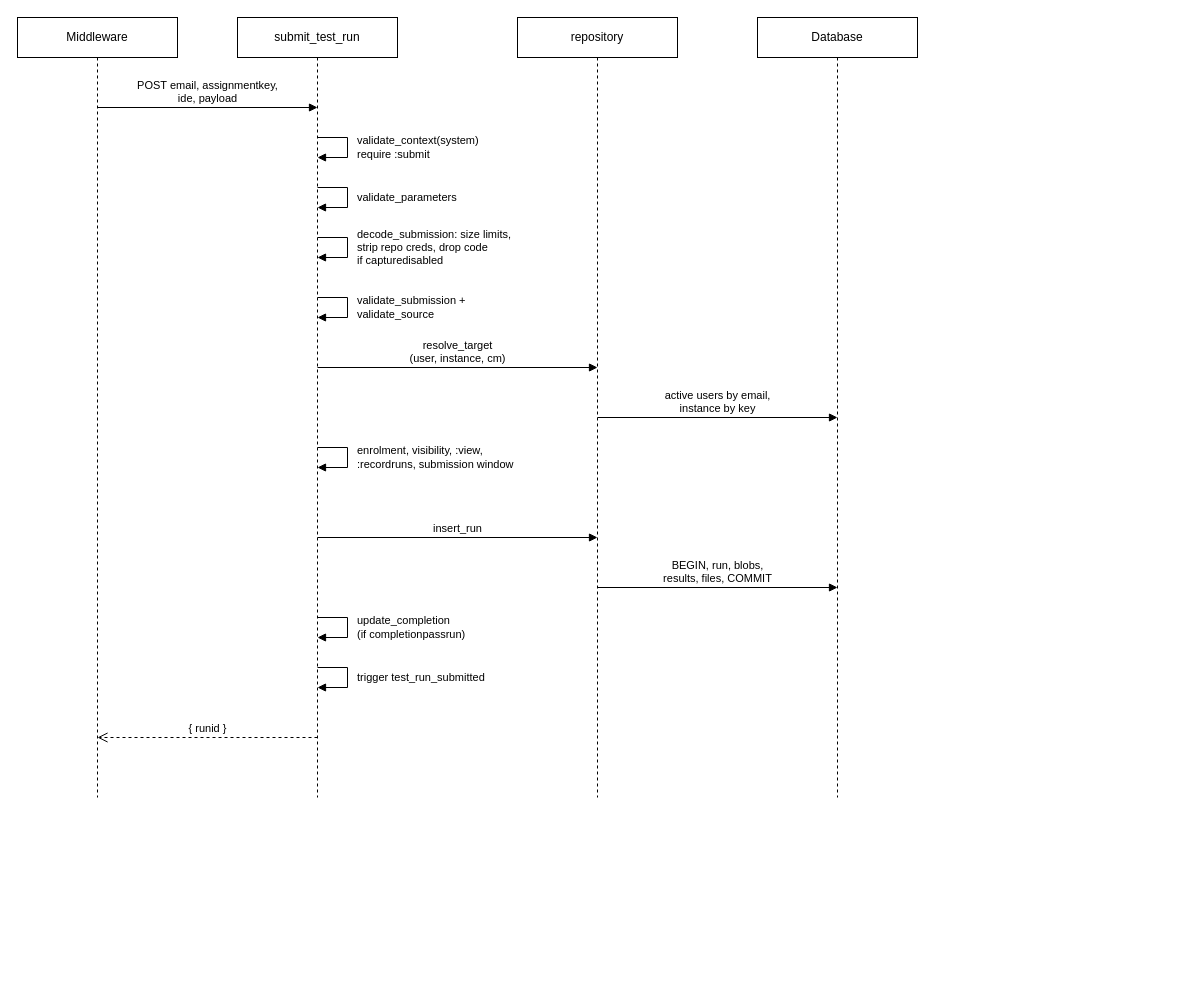
This is page "4 Submission sequence" (4 of 5) of docs/architecture.drawio from maanusroosioks/moodleplugin, a draw.io file, before an edit. Source tidied: cells renumbered, new cells numbered last; positions are measured from the earlier drawing's top-left corner, leaving out a move shared by most shapes. Both pictures are drawn from the tidied source at 100%, with x=0, y=0 at pixel (17, 17).
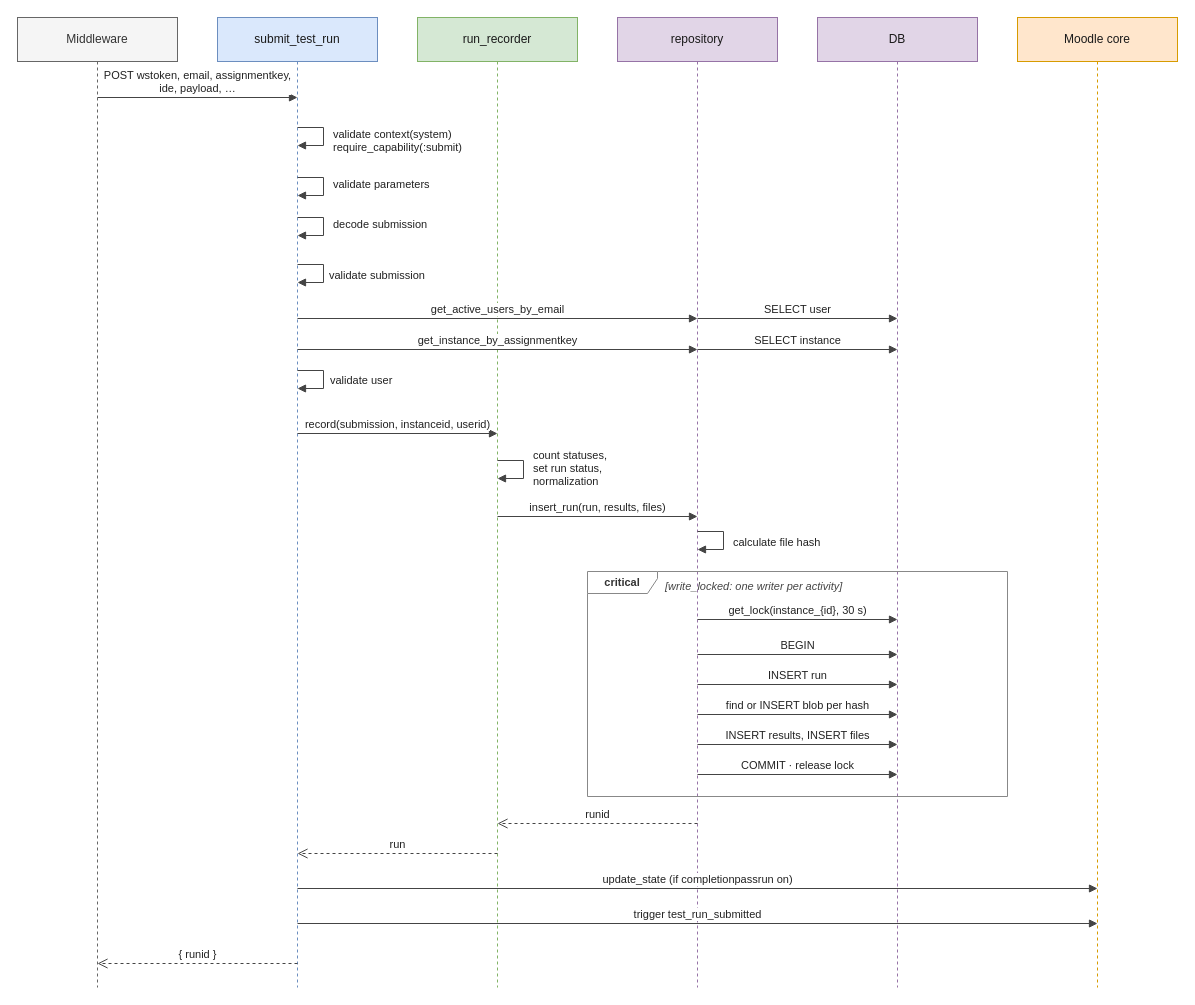
After the change.

What changed in the source:
```diff
@@
+    <mxCell id="26" value="Middleware" style="shape=umlLifeline;perimeter=lifelinePerimeter;whiteSpace=wrap;html=1;size=44;fontSize=12;strokeColor=#666666;fillColor=#f5f5f5;strokeColor=#666666;fontColor=#333333;" parent="1" vertex="1">
+      <mxGeometry width="160" height="970" as="geometry" />
+    </mxCell>
+    <mxCell id="27" value="submit_test_run" style="shape=umlLifeline;perimeter=lifelinePerimeter;whiteSpace=wrap;html=1;size=44;fontSize=12;strokeColor=#666666;fillColor=#dae8fc;strokeColor=#6c8ebf;fontColor=#1a1a1a;" parent="1" vertex="1">
+      <mxGeometry x="200" width="160" height="970" as="geometry" />
+    </mxCell>
+    <mxCell id="28" value="run_recorder" style="shape=umlLifeline;perimeter=lifelinePerimeter;whiteSpace=wrap;html=1;size=44;fontSize=12;strokeColor=#666666;fillColor=#d5e8d4;strokeColor=#82b366;fontColor=#1a1a1a;" parent="1" vertex="1">
+      <mxGeometry x="400" width="160" height="970" as="geometry" />
+    </mxCell>
+    <mxCell id="29" value="repository" style="shape=umlLifeline;perimeter=lifelinePerimeter;whiteSpace=wrap;html=1;size=44;fontSize=12;strokeColor=#666666;fillColor=#e1d5e7;strokeColor=#9673a6;fontColor=#1a1a1a;" parent="1" vertex="1">
+      <mxGeometry x="600" width="160" height="970" as="geometry" />
+    </mxCell>
+    <mxCell id="30" value="DB" style="shape=umlLifeline;perimeter=lifelinePerimeter;whiteSpace=wrap;html=1;size=44;fontSize=12;strokeColor=#666666;fillColor=#e1d5e7;strokeColor=#9673a6;fontColor=#1a1a1a;" parent="1" vertex="1">
+      <mxGeometry x="800" width="160" height="970" as="geometry" />
+    </mxCell>
+    <mxCell id="31" value="Moodle core" style="shape=umlLifeline;perimeter=lifelinePerimeter;whiteSpace=wrap;html=1;size=44;fontSize=12;strokeColor=#666666;fillColor=#ffe6cc;strokeColor=#d79b00;fontColor=#1a1a1a;" parent="1" vertex="1">
+      <mxGeometry x="1000" width="160" height="970" as="geometry" />
+    </mxCell>
-    <mxCell id="2" value="Middleware" style="shape=umlLifeline;perimeter=lifelinePerimeter;whiteSpace=wrap;html=1;size=40;" parent="1" vertex="1">
-      <mxGeometry width="160" height="780" as="geometry" />
+    <mxCell id="2" value="POST wstoken, email, assignmentkey,&lt;br&gt;ide, payload, …" style="html=1;verticalAlign=bottom;endArrow=block;endFill=1;rounded=0;fontSize=11;labelBackgroundColor=default;strokeColor=#444444;fontColor=#222222;" parent="1" edge="1">
+      <mxGeometry relative="1" as="geometry">
+        <mxPoint x="80" y="80" as="sourcePoint" />
+        <mxPoint x="280" y="80" as="targetPoint" />
+      </mxGeometry>
     </mxCell>
-    <mxCell id="3" value="submit_test_run" style="shape=umlLifeline;perimeter=lifelinePerimeter;whiteSpace=wrap;html=1;size=40;" parent="1" vertex="1">
-      <mxGeometry x="220" width="160" height="780" as="geometry" />
+    <mxCell id="3" style="html=1;verticalAlign=bottom;endArrow=block;endFill=1;rounded=0;fontSize=11;labelBackgroundColor=default;strokeColor=#444444;fontColor=#222222;" parent="1" edge="1">
+      <mxGeometry relative="1" as="geometry">
+        <mxPoint x="280" y="110" as="sourcePoint" />
+        <mxPoint x="280" y="128" as="targetPoint" />
+        <Array as="points">
+          <mxPoint x="306" y="110" />
+          <mxPoint x="306" y="128" />
+        </Array>
+      </mxGeometry>
     </mxCell>
-    <mxCell id="4" value="repository" style="shape=umlLifeline;perimeter=lifelinePerimeter;whiteSpace=wrap;html=1;size=40;" parent="1" vertex="1">
-      <mxGeometry x="500" width="160" height="780" as="geometry" />
+    <mxCell id="4" value="validate context(system)&lt;br&gt;require_capability(:submit)" style="text;html=1;align=left;verticalAlign=top;whiteSpace=wrap;fontSize=11;fontColor=#444444;verticalAlign=top;fontColor=#222222;labelBackgroundColor=default;" parent="1" vertex="1">
+      <mxGeometry x="314" y="104" width="230" height="34" as="geometry" />
     </mxCell>
-    <mxCell id="5" value="Database" style="shape=umlLifeline;perimeter=lifelinePerimeter;whiteSpace=wrap;html=1;size=40;" parent="1" vertex="1">
-      <mxGeometry x="740" width="160" height="780" as="geometry" />
+    <mxCell id="5" style="html=1;verticalAlign=bottom;endArrow=block;endFill=1;rounded=0;fontSize=11;labelBackgroundColor=default;strokeColor=#444444;fontColor=#222222;" parent="1" edge="1">
+      <mxGeometry relative="1" as="geometry">
+        <mxPoint x="280" y="160" as="sourcePoint" />
+        <mxPoint x="280" y="178" as="targetPoint" />
+        <Array as="points">
+          <mxPoint x="306" y="160" />
+          <mxPoint x="306" y="178" />
+        </Array>
+      </mxGeometry>
     </mxCell>
-    <mxCell id="6" value="POST email, assignmentkey,&lt;br&gt;ide, payload" style="html=1;verticalAlign=bottom;endArrow=block;endFill=1;rounded=0;fontSize=11;labelBackgroundColor=default;" parent="1" edge="1">
-      <mxGeometry relative="1" as="geometry">
-        <mxPoint x="80" y="90" as="sourcePoint" />
-        <mxPoint x="300" y="90" as="targetPoint" />
-      </mxGeometry>
+    <mxCell id="6" value="validate parameters" style="text;html=1;align=left;verticalAlign=top;whiteSpace=wrap;fontSize=11;fontColor=#444444;verticalAlign=top;fontColor=#222222;labelBackgroundColor=default;" parent="1" vertex="1">
+      <mxGeometry x="314" y="154" width="230" height="19" as="geometry" />
     </mxCell>
-    <mxCell id="7" style="html=1;endArrow=block;endFill=1;rounded=0;" parent="1" edge="1">
+    <mxCell id="7" style="html=1;verticalAlign=bottom;endArrow=block;endFill=1;rounded=0;fontSize=11;labelBackgroundColor=default;strokeColor=#444444;fontColor=#222222;" parent="1" edge="1">
       <mxGeometry relative="1" as="geometry">
-        <mxPoint x="300" y="120" as="sourcePoint" />
-        <mxPoint x="300" y="140" as="targetPoint" />
+        <mxPoint x="280" y="200" as="sourcePoint" />
+        <mxPoint x="280" y="218" as="targetPoint" />
         <Array as="points">
-          <mxPoint x="330" y="120" />
-          <mxPoint x="330" y="140" />
+          <mxPoint x="306" y="200" />
+          <mxPoint x="306" y="218" />
         </Array>
       </mxGeometry>
     </mxCell>
-    <mxCell id="8" value="validate_context(system)&lt;br&gt;require :submit" style="text;html=1;align=left;verticalAlign=middle;whiteSpace=wrap;fontSize=11;" parent="1" vertex="1">
-      <mxGeometry x="338" y="112" width="210" height="36" as="geometry" />
+    <mxCell id="8" value="decode submission" style="text;html=1;align=left;verticalAlign=top;whiteSpace=wrap;fontSize=11;fontColor=#444444;verticalAlign=top;fontColor=#222222;labelBackgroundColor=default;" parent="1" vertex="1">
+      <mxGeometry x="314" y="194" width="270" height="64" as="geometry" />
     </mxCell>
-    <mxCell id="9" style="html=1;endArrow=block;endFill=1;rounded=0;" parent="1" edge="1">
+    <mxCell id="9" style="html=1;verticalAlign=bottom;endArrow=block;endFill=1;rounded=0;fontSize=11;labelBackgroundColor=default;strokeColor=#444444;fontColor=#222222;" parent="1" edge="1">
       <mxGeometry relative="1" as="geometry">
-        <mxPoint x="300" y="170" as="sourcePoint" />
-        <mxPoint x="300" y="190" as="targetPoint" />
+        <mxPoint x="280" y="247" as="sourcePoint" />
+        <mxPoint x="280" y="265" as="targetPoint" />
         <Array as="points">
-          <mxPoint x="330" y="170" />
-          <mxPoint x="330" y="190" />
+          <mxPoint x="306" y="247" />
+          <mxPoint x="306" y="265" />
         </Array>
       </mxGeometry>
     </mxCell>
-    <mxCell id="10" value="validate_parameters" style="text;html=1;align=left;verticalAlign=middle;whiteSpace=wrap;fontSize=11;" parent="1" vertex="1">
-      <mxGeometry x="338" y="170" width="210" height="20" as="geometry" />
+    <mxCell id="10" value="validate submission" style="text;html=1;align=left;verticalAlign=top;whiteSpace=wrap;fontSize=11;fontColor=#444444;verticalAlign=top;fontColor=#222222;labelBackgroundColor=default;" parent="1" vertex="1">
+      <mxGeometry x="310" y="245" width="270" height="19" as="geometry" />
     </mxCell>
-    <mxCell id="11" style="html=1;endArrow=block;endFill=1;rounded=0;" parent="1" edge="1">
-      <mxGeometry relative="1" as="geometry">
-        <mxPoint x="300" y="220" as="sourcePoint" />
-        <mxPoint x="300" y="240" as="targetPoint" />
-        <Array as="points">
-          <mxPoint x="330" y="220" />
-          <mxPoint x="330" y="240" />
-        </Array>
-      </mxGeometry>
-    </mxCell>
-    <mxCell id="12" value="decode_submission: size limits,&lt;br&gt;strip repo creds, drop code&lt;br&gt;if capturedisabled" style="text;html=1;align=left;verticalAlign=middle;whiteSpace=wrap;fontSize=11;" parent="1" vertex="1">
-      <mxGeometry x="338" y="204" width="210" height="52" as="geometry" />
-    </mxCell>
-    <mxCell id="13" style="html=1;endArrow=block;endFill=1;rounded=0;" parent="1" edge="1">
+    <mxCell id="13" value="get_active_users_by_email" style="html=1;verticalAlign=bottom;endArrow=block;endFill=1;rounded=0;fontSize=11;labelBackgroundColor=default;strokeColor=#444444;fontColor=#222222;" parent="1" edge="1">
       <mxGeometry relative="1" as="geometry">
-        <mxPoint x="300" y="280" as="sourcePoint" />
-        <mxPoint x="300" y="300" as="targetPoint" />
-        <Array as="points">
-          <mxPoint x="330" y="280" />
-          <mxPoint x="330" y="300" />
-        </Array>
+        <mxPoint x="280" y="301" as="sourcePoint" />
+        <mxPoint x="680" y="301" as="targetPoint" />
       </mxGeometry>
     </mxCell>
-    <mxCell id="14" value="validate_submission +&lt;br&gt;validate_source" style="text;html=1;align=left;verticalAlign=middle;whiteSpace=wrap;fontSize=11;" parent="1" vertex="1">
-      <mxGeometry x="338" y="272" width="210" height="36" as="geometry" />
+    <mxCell id="14" value="SELECT user" style="html=1;verticalAlign=bottom;endArrow=block;endFill=1;rounded=0;fontSize=11;labelBackgroundColor=default;strokeColor=#444444;fontColor=#222222;" parent="1" edge="1">
+      <mxGeometry relative="1" as="geometry">
+        <mxPoint x="680" y="301" as="sourcePoint" />
+        <mxPoint x="880" y="301" as="targetPoint" />
+      </mxGeometry>
     </mxCell>
-    <mxCell id="15" value="resolve_target&lt;br&gt;(user, instance, cm)" style="html=1;verticalAlign=bottom;endArrow=block;endFill=1;rounded=0;fontSize=11;labelBackgroundColor=default;" parent="1" edge="1">
+    <mxCell id="15" value="get_instance_by_assignmentkey" style="html=1;verticalAlign=bottom;endArrow=block;endFill=1;rounded=0;fontSize=11;labelBackgroundColor=default;strokeColor=#444444;fontColor=#222222;" parent="1" edge="1">
       <mxGeometry relative="1" as="geometry">
-        <mxPoint x="300" y="350" as="sourcePoint" />
-        <mxPoint x="580" y="350" as="targetPoint" />
+        <mxPoint x="280" y="332" as="sourcePoint" />
+        <mxPoint x="680" y="332" as="targetPoint" />
       </mxGeometry>
     </mxCell>
-    <mxCell id="16" value="active users by email,&lt;br&gt;instance by key" style="html=1;verticalAlign=bottom;endArrow=block;endFill=1;rounded=0;fontSize=11;labelBackgroundColor=default;" parent="1" edge="1">
+    <mxCell id="16" value="SELECT instance" style="html=1;verticalAlign=bottom;endArrow=block;endFill=1;rounded=0;fontSize=11;labelBackgroundColor=default;strokeColor=#444444;fontColor=#222222;" parent="1" edge="1">
       <mxGeometry relative="1" as="geometry">
-        <mxPoint x="580" y="400" as="sourcePoint" />
-        <mxPoint x="820" y="400" as="targetPoint" />
+        <mxPoint x="680" y="332" as="sourcePoint" />
+        <mxPoint x="880" y="332" as="targetPoint" />
       </mxGeometry>
     </mxCell>
-    <mxCell id="17" style="html=1;endArrow=block;endFill=1;rounded=0;" parent="1" edge="1">
+    <mxCell id="17" style="html=1;verticalAlign=bottom;endArrow=block;endFill=1;rounded=0;fontSize=11;labelBackgroundColor=default;strokeColor=#444444;fontColor=#222222;" parent="1" edge="1">
       <mxGeometry relative="1" as="geometry">
-        <mxPoint x="300" y="430" as="sourcePoint" />
-        <mxPoint x="300" y="450" as="targetPoint" />
+        <mxPoint x="280" y="353" as="sourcePoint" />
+        <mxPoint x="280" y="371" as="targetPoint" />
         <Array as="points">
-          <mxPoint x="330" y="430" />
-          <mxPoint x="330" y="450" />
+          <mxPoint x="306" y="353" />
+          <mxPoint x="306" y="371" />
         </Array>
       </mxGeometry>
     </mxCell>
-    <mxCell id="18" value="enrolment, visibility, :view,&lt;br&gt;:recordruns, submission window" style="text;html=1;align=left;verticalAlign=middle;whiteSpace=wrap;fontSize=11;" parent="1" vertex="1">
-      <mxGeometry x="338" y="422" width="210" height="36" as="geometry" />
+    <mxCell id="18" value="validate user" style="text;html=1;align=left;verticalAlign=top;whiteSpace=wrap;fontSize=11;fontColor=#444444;verticalAlign=top;fontColor=#222222;labelBackgroundColor=default;" parent="1" vertex="1">
+      <mxGeometry x="311" y="350" width="260" height="34" as="geometry" />
     </mxCell>
-    <mxCell id="19" value="insert_run" style="html=1;verticalAlign=bottom;endArrow=block;endFill=1;rounded=0;fontSize=11;labelBackgroundColor=default;" parent="1" edge="1">
+    <mxCell id="19" value="record(submission, instanceid, userid)" style="html=1;verticalAlign=bottom;endArrow=block;endFill=1;rounded=0;fontSize=11;labelBackgroundColor=default;strokeColor=#444444;fontColor=#222222;" parent="1" edge="1">
       <mxGeometry relative="1" as="geometry">
-        <mxPoint x="300" y="520" as="sourcePoint" />
-        <mxPoint x="580" y="520" as="targetPoint" />
+        <mxPoint x="280" y="416" as="sourcePoint" />
+        <mxPoint x="480" y="416" as="targetPoint" />
       </mxGeometry>
     </mxCell>
-    <mxCell id="20" value="BEGIN, run, blobs,&lt;br&gt;results, files, COMMIT" style="html=1;verticalAlign=bottom;endArrow=block;endFill=1;rounded=0;fontSize=11;labelBackgroundColor=default;" parent="1" edge="1">
+    <mxCell id="20" style="html=1;verticalAlign=bottom;endArrow=block;endFill=1;rounded=0;fontSize=11;labelBackgroundColor=default;strokeColor=#444444;fontColor=#222222;" parent="1" edge="1">
       <mxGeometry relative="1" as="geometry">
-        <mxPoint x="580" y="570" as="sourcePoint" />
-        <mxPoint x="820" y="570" as="targetPoint" />
+        <mxPoint x="480" y="443" as="sourcePoint" />
+        <mxPoint x="480" y="461" as="targetPoint" />
+        <Array as="points">
+          <mxPoint x="506" y="443" />
+          <mxPoint x="506" y="461" />
+        </Array>
       </mxGeometry>
     </mxCell>
-    <mxCell id="21" style="html=1;endArrow=block;endFill=1;rounded=0;" parent="1" edge="1">
-      <mxGeometry relative="1" as="geometry">
-        <mxPoint x="300" y="600" as="sourcePoint" />
-        <mxPoint x="300" y="620" as="targetPoint" />
-        <Array as="points">
-          <mxPoint x="330" y="600" />
-          <mxPoint x="330" y="620" />
-        </Array>
-      </mxGeometry>
+    <mxCell id="21" value="count statuses,&amp;nbsp;&lt;div&gt;set run status,&amp;nbsp;&lt;div&gt;normalization&lt;/div&gt;&lt;/div&gt;" style="text;html=1;align=left;verticalAlign=top;whiteSpace=wrap;fontSize=11;fontColor=#444444;verticalAlign=top;fontColor=#222222;labelBackgroundColor=default;" parent="1" vertex="1">
+      <mxGeometry x="514" y="425" width="260" height="34" as="geometry" />
     </mxCell>
-    <mxCell id="22" value="update_completion&lt;br&gt;(if completionpassrun)" style="text;html=1;align=left;verticalAlign=middle;whiteSpace=wrap;fontSize=11;" parent="1" vertex="1">
-      <mxGeometry x="338" y="592" width="210" height="36" as="geometry" />
+    <mxCell id="22" value="insert_run(run, results, files)" style="html=1;verticalAlign=bottom;endArrow=block;endFill=1;rounded=0;fontSize=11;labelBackgroundColor=default;strokeColor=#444444;fontColor=#222222;" parent="1" edge="1">
+      <mxGeometry relative="1" as="geometry">
+        <mxPoint x="480" y="499" as="sourcePoint" />
+        <mxPoint x="680" y="499" as="targetPoint" />
+      </mxGeometry>
     </mxCell>
-    <mxCell id="23" style="html=1;endArrow=block;endFill=1;rounded=0;" parent="1" edge="1">
+    <mxCell id="23" style="html=1;verticalAlign=bottom;endArrow=block;endFill=1;rounded=0;fontSize=11;labelBackgroundColor=default;strokeColor=#444444;fontColor=#222222;" parent="1" edge="1">
       <mxGeometry relative="1" as="geometry">
-        <mxPoint x="300" y="650" as="sourcePoint" />
-        <mxPoint x="300" y="670" as="targetPoint" />
+        <mxPoint x="680" y="514" as="sourcePoint" />
+        <mxPoint x="680" y="532" as="targetPoint" />
         <Array as="points">
-          <mxPoint x="330" y="650" />
-          <mxPoint x="330" y="670" />
+          <mxPoint x="706" y="514" />
+          <mxPoint x="706" y="532" />
         </Array>
       </mxGeometry>
     </mxCell>
-    <mxCell id="24" value="trigger test_run_submitted" style="text;html=1;align=left;verticalAlign=middle;whiteSpace=wrap;fontSize=11;" parent="1" vertex="1">
-      <mxGeometry x="338" y="650" width="210" height="20" as="geometry" />
+    <mxCell id="24" value="calculate file hash" style="text;html=1;align=left;verticalAlign=top;whiteSpace=wrap;fontSize=11;fontColor=#444444;verticalAlign=top;fontColor=#222222;labelBackgroundColor=default;" parent="1" vertex="1">
+      <mxGeometry x="714" y="512" width="220" height="19" as="geometry" />
     </mxCell>
-    <mxCell id="25" value="{ runid }" style="html=1;verticalAlign=bottom;endArrow=open;dashed=1;endSize=8;rounded=0;fontSize=11;labelBackgroundColor=default;" parent="1" edge="1">
-      <mxGeometry relative="1" as="geometry">
-        <mxPoint x="300" y="720" as="sourcePoint" />
-        <mxPoint x="80" y="720" as="targetPoint" />
-      </mxGeometry>
+    <mxCell id="25" value="critical" style="shape=umlFrame;whiteSpace=wrap;html=1;width=70;height=22;fontSize=11;fontStyle=1;strokeColor=#888888;fillColor=none;fontColor=#333333;" parent="1" vertex="1">
+      <mxGeometry x="570" y="554" width="420" height="225" as="geometry" />
     </mxCell>
+    <mxCell id="32" value="[write_locked: one writer per activity]" style="text;html=1;align=left;verticalAlign=top;whiteSpace=wrap;fontSize=11;fontColor=#444444;fontStyle=2;" parent="1" vertex="1">
+      <mxGeometry x="646" y="556" width="340" height="18" as="geometry" />
+    </mxCell>
+    <mxCell id="33" value="get_lock(instance_{id}, 30 s)" style="html=1;verticalAlign=bottom;endArrow=block;endFill=1;rounded=0;fontSize=11;labelBackgroundColor=default;strokeColor=#444444;fontColor=#222222;" parent="1" edge="1">
+      <mxGeometry relative="1" as="geometry">
+        <mxPoint x="680" y="602" as="sourcePoint" />
+        <mxPoint x="880" y="602" as="targetPoint" />
+      </mxGeometry>
+    </mxCell>
+    <mxCell id="34" value="BEGIN" style="html=1;verticalAlign=bottom;endArrow=block;endFill=1;rounded=0;fontSize=11;labelBackgroundColor=default;strokeColor=#444444;fontColor=#222222;" parent="1" edge="1">
+      <mxGeometry relative="1" as="geometry">
+        <mxPoint x="680" y="637" as="sourcePoint" />
+        <mxPoint x="880" y="637" as="targetPoint" />
+      </mxGeometry>
+    </mxCell>
+    <mxCell id="35" value="INSERT run" style="html=1;verticalAlign=bottom;endArrow=block;endFill=1;rounded=0;fontSize=11;labelBackgroundColor=default;strokeColor=#444444;fontColor=#222222;" parent="1" edge="1">
+      <mxGeometry relative="1" as="geometry">
+        <mxPoint x="680" y="667" as="sourcePoint" />
+        <mxPoint x="880" y="667" as="targetPoint" />
+      </mxGeometry>
+    </mxCell>
+    <mxCell id="36" value="find or INSERT blob per hash" style="html=1;verticalAlign=bottom;endArrow=block;endFill=1;rounded=0;fontSize=11;labelBackgroundColor=default;strokeColor=#444444;fontColor=#222222;" parent="1" edge="1">
+      <mxGeometry relative="1" as="geometry">
+        <mxPoint x="680" y="697" as="sourcePoint" />
+        <mxPoint x="880" y="697" as="targetPoint" />
+      </mxGeometry>
+    </mxCell>
+    <mxCell id="37" value="INSERT results, INSERT files" style="html=1;verticalAlign=bottom;endArrow=block;endFill=1;rounded=0;fontSize=11;labelBackgroundColor=default;strokeColor=#444444;fontColor=#222222;" parent="1" edge="1">
+      <mxGeometry relative="1" as="geometry">
+        <mxPoint x="680" y="727" as="sourcePoint" />
+        <mxPoint x="880" y="727" as="targetPoint" />
+      </mxGeometry>
+    </mxCell>
+    <mxCell id="38" value="COMMIT · release lock" style="html=1;verticalAlign=bottom;endArrow=block;endFill=1;rounded=0;fontSize=11;labelBackgroundColor=default;strokeColor=#444444;fontColor=#222222;" parent="1" edge="1">
+      <mxGeometry relative="1" as="geometry">
+        <mxPoint x="680" y="757" as="sourcePoint" />
+        <mxPoint x="880" y="757" as="targetPoint" />
+      </mxGeometry>
+    </mxCell>
+    <mxCell id="39" value="runid" style="html=1;verticalAlign=bottom;endArrow=block;endFill=1;rounded=0;fontSize=11;labelBackgroundColor=default;strokeColor=#444444;fontColor=#222222;dashed=1;endArrow=open;endSize=8;" parent="1" edge="1">
+      <mxGeometry relative="1" as="geometry">
+        <mxPoint x="680" y="806" as="sourcePoint" />
+        <mxPoint x="480" y="806" as="targetPoint" />
+      </mxGeometry>
+    </mxCell>
+    <mxCell id="40" value="run" style="html=1;verticalAlign=bottom;endArrow=block;endFill=1;rounded=0;fontSize=11;labelBackgroundColor=default;strokeColor=#444444;fontColor=#222222;dashed=1;endArrow=open;endSize=8;" parent="1" edge="1">
+      <mxGeometry relative="1" as="geometry">
+        <mxPoint x="480" y="836" as="sourcePoint" />
+        <mxPoint x="280" y="836" as="targetPoint" />
+      </mxGeometry>
+    </mxCell>
+    <mxCell id="41" value="update_state (if completionpassrun on)" style="html=1;verticalAlign=bottom;endArrow=block;endFill=1;rounded=0;fontSize=11;labelBackgroundColor=default;strokeColor=#444444;fontColor=#222222;" parent="1" edge="1">
+      <mxGeometry relative="1" as="geometry">
+        <mxPoint x="280" y="871" as="sourcePoint" />
+        <mxPoint x="1080" y="871" as="targetPoint" />
+      </mxGeometry>
+    </mxCell>
+    <mxCell id="42" value="trigger test_run_submitted" style="html=1;verticalAlign=bottom;endArrow=block;endFill=1;rounded=0;fontSize=11;labelBackgroundColor=default;strokeColor=#444444;fontColor=#222222;" parent="1" edge="1">
+      <mxGeometry relative="1" as="geometry">
+        <mxPoint x="280" y="906" as="sourcePoint" />
+        <mxPoint x="1080" y="906" as="targetPoint" />
+      </mxGeometry>
+    </mxCell>
+    <mxCell id="43" value="{ runid }" style="html=1;verticalAlign=bottom;endArrow=block;endFill=1;rounded=0;fontSize=11;labelBackgroundColor=default;strokeColor=#444444;fontColor=#222222;dashed=1;endArrow=open;endSize=8;" parent="1" edge="1">
+      <mxGeometry relative="1" as="geometry">
+        <mxPoint x="280" y="946" as="sourcePoint" />
+        <mxPoint x="80" y="946" as="targetPoint" />
+      </mxGeometry>
+    </mxCell>
```
